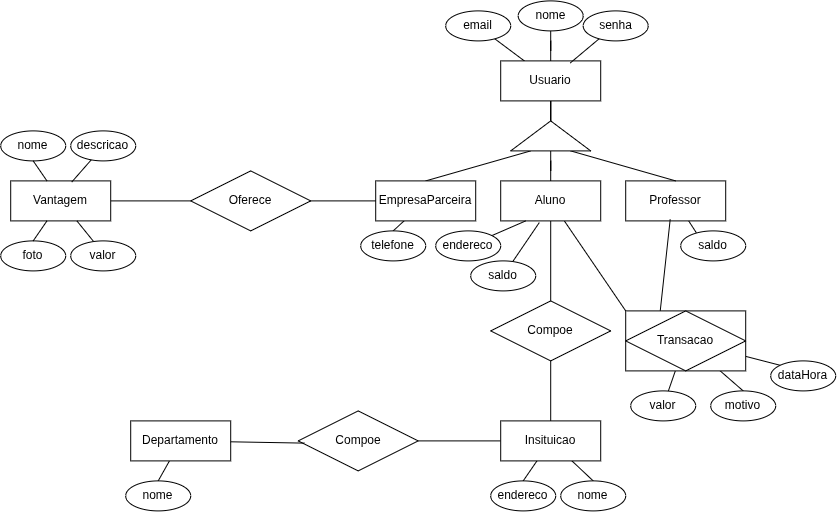
Above: docs/MER.png in WanessaOliveiraMarcos/sistema-moeda-estudantil (draw.io), before the change. Source tidied: cells renumbered, new cells last; positions are measured from the earlier drawing's top-left corner, leaving out a move shared by most shapes.
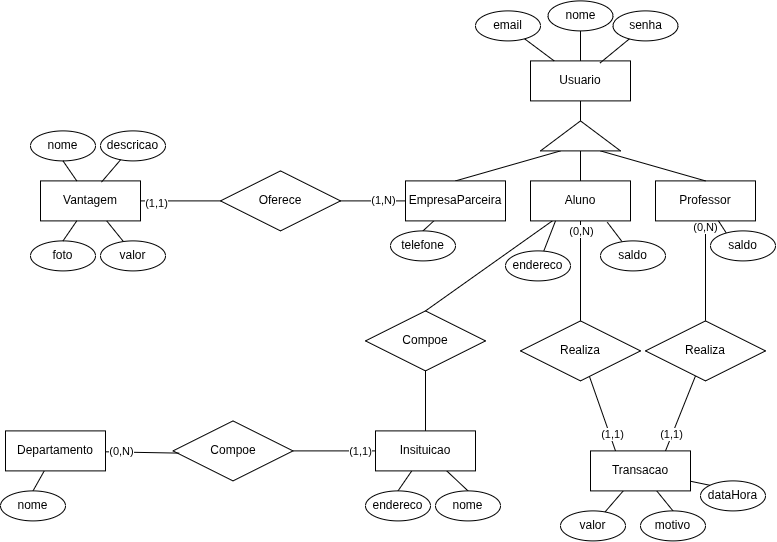
After the commit.

Commit message:
docs: diagramas atualizados

Diff of the diagram source:
```diff
@@ -8,15 +8,26 @@
     <mxCell id="3" value="Usuario" style="whiteSpace=wrap;html=1;align=center;" parent="1" vertex="1">
       <mxGeometry x="500" y="60" width="100" height="40" as="geometry" />
     </mxCell>
-    <mxCell id="4" style="edgeStyle=orthogonalEdgeStyle;rounded=0;jettySize=auto;html=1;entryX=0.5;entryY=0;entryDx=0;entryDy=0;endArrow=none;endFill=0;" parent="1" edge="1" source="6" target="35">
+    <mxCell id="4" style="rounded=0;jettySize=auto;html=1;entryX=0.5;entryY=0;entryDx=0;entryDy=0;endArrow=none;endFill=0;" parent="1" edge="1" source="6" target="35">
       <mxGeometry relative="1" as="geometry" />
     </mxCell>
-    <mxCell id="5" style="rounded=0;jettySize=auto;html=1;entryX=0;entryY=0;entryDx=0;entryDy=0;endArrow=none;endFill=0;" parent="1" edge="1" source="6" target="22">
-      <mxGeometry relative="1" as="geometry" />
-    </mxCell>
+    <mxCell id="62" style="rounded=0;jettySize=auto;html=1;endArrow=none;endFill=0;" parent="1" edge="1" source="6" target="72">
+      <mxGeometry relative="1" as="geometry" />
+    </mxCell>
+    <mxCell id="63" value="(0,N)" style="edgeLabel;html=1;align=center;verticalAlign=middle;" parent="62" vertex="1">
+      <mxGeometry x="-0.68" relative="1" as="geometry">
+        <mxPoint y="-6" as="offset" />
+      </mxGeometry>
+    </mxCell>
     <mxCell id="6" value="Aluno" style="whiteSpace=wrap;html=1;align=center;" parent="1" vertex="1">
       <mxGeometry x="500" y="180" width="100" height="40" as="geometry" />
     </mxCell>
+    <mxCell id="64" style="rounded=0;jettySize=auto;html=1;entryX=0.5;entryY=0;entryDx=0;entryDy=0;endArrow=none;endFill=0;" parent="1" edge="1" source="7" target="75">
+      <mxGeometry relative="1" as="geometry" />
+    </mxCell>
+    <mxCell id="65" value="(0,N)" style="edgeLabel;html=1;align=center;verticalAlign=middle;" parent="64" vertex="1">
+      <mxGeometry x="-0.88" y="-1" relative="1" as="geometry" />
+    </mxCell>
     <mxCell id="7" value="Professor" style="whiteSpace=wrap;html=1;align=center;" parent="1" vertex="1">
       <mxGeometry x="625" y="180" width="100" height="40" as="geometry" />
     </mxCell>
@@ -32,6 +43,11 @@
     <mxCell id="11" style="rounded=0;jettySize=auto;html=1;entryX=1;entryY=0.5;entryDx=0;entryDy=0;endArrow=none;endFill=0;" parent="1" edge="1" source="14" target="41">
       <mxGeometry relative="1" as="geometry" />
     </mxCell>
+    <mxCell id="66" value="(1,1)" style="edgeLabel;html=1;align=center;verticalAlign=middle;" parent="11" vertex="1">
+      <mxGeometry x="-0.33" y="-2" relative="1" as="geometry">
+        <mxPoint x="12" y="2" as="offset" />
+      </mxGeometry>
+    </mxCell>
     <mxCell id="12" style="rounded=0;jettySize=auto;html=1;entryX=0.5;entryY=0;entryDx=0;entryDy=0;endArrow=none;endFill=0;" parent="1" edge="1" source="14" target="52">
       <mxGeometry relative="1" as="geometry" />
     </mxCell>
@@ -39,17 +55,20 @@
       <mxGeometry relative="1" as="geometry" />
     </mxCell>
     <mxCell id="14" value="Insituicao" style="whiteSpace=wrap;html=1;align=center;" parent="1" vertex="1">
-      <mxGeometry x="500" y="420" width="100" height="40" as="geometry" />
+      <mxGeometry x="345" y="430" width="100" height="40" as="geometry" />
     </mxCell>
     <mxCell id="15" style="rounded=0;jettySize=auto;html=1;entryX=0.5;entryY=0;entryDx=0;entryDy=0;endArrow=none;endFill=0;" parent="1" edge="1" source="16" target="50">
       <mxGeometry relative="1" as="geometry" />
     </mxCell>
     <mxCell id="16" value="Departamento" style="whiteSpace=wrap;html=1;align=center;" parent="1" vertex="1">
-      <mxGeometry x="130" y="420" width="100" height="40" as="geometry" />
+      <mxGeometry x="-25" y="430" width="100" height="40" as="geometry" />
     </mxCell>
     <mxCell id="17" style="rounded=0;jettySize=auto;html=1;endArrow=none;endFill=0;" parent="1" edge="1" source="18" target="40">
       <mxGeometry relative="1" as="geometry" />
     </mxCell>
+    <mxCell id="67" value="(1,1)" style="edgeLabel;html=1;align=center;verticalAlign=middle;" parent="17" vertex="1">
+      <mxGeometry x="-0.63" y="-2" relative="1" as="geometry" />
+    </mxCell>
     <mxCell id="18" value="Vantagem" style="whiteSpace=wrap;html=1;align=center;" parent="1" vertex="1">
       <mxGeometry x="10" y="180" width="100" height="40" as="geometry" />
     </mxCell>
@@ -63,7 +82,7 @@
       <mxGeometry relative="1" as="geometry" />
     </mxCell>
     <mxCell id="22" value="Transacao" style="whiteSpace=wrap;html=1;align=center;" parent="1" vertex="1">
-      <mxGeometry x="625" y="310" width="120" height="60" as="geometry" />
+      <mxGeometry x="560" y="450" width="100" height="40" as="geometry" />
     </mxCell>
     <mxCell id="23" style="rounded=0;jettySize=auto;html=1;endArrow=none;endFill=0;" parent="1" edge="1" source="24" target="3">
       <mxGeometry relative="1" as="geometry" />
@@ -90,19 +109,19 @@
       <mxGeometry relative="1" as="geometry" />
     </mxCell>
     <mxCell id="31" value="endereco" style="ellipse;whiteSpace=wrap;html=1;align=center;" parent="1" vertex="1">
-      <mxGeometry x="435" y="230" width="65" height="30" as="geometry" />
+      <mxGeometry x="475" y="250" width="65" height="30" as="geometry" />
     </mxCell>
-    <mxCell id="32" style="rounded=0;jettySize=auto;html=1;entryX=0.386;entryY=1.042;entryDx=0;entryDy=0;endArrow=none;endFill=0;entryPerimeter=0;" parent="1" edge="1" source="33" target="6">
+    <mxCell id="32" style="rounded=0;jettySize=auto;html=1;entryX=0.768;entryY=1.034;entryDx=0;entryDy=0;endArrow=none;endFill=0;entryPerimeter=0;" parent="1" edge="1" source="33" target="6">
       <mxGeometry relative="1" as="geometry" />
     </mxCell>
     <mxCell id="33" value="saldo" style="ellipse;whiteSpace=wrap;html=1;align=center;" parent="1" vertex="1">
-      <mxGeometry x="470" y="260" width="65" height="30" as="geometry" />
+      <mxGeometry x="570" y="240" width="65" height="30" as="geometry" />
     </mxCell>
     <mxCell id="34" style="edgeStyle=orthogonalEdgeStyle;rounded=0;jettySize=auto;html=1;endArrow=none;endFill=0;" parent="1" edge="1" source="35" target="14">
       <mxGeometry relative="1" as="geometry" />
     </mxCell>
     <mxCell id="35" value="Compoe" style="shape=rhombus;perimeter=rhombusPerimeter;whiteSpace=wrap;html=1;align=center;" parent="1" vertex="1">
-      <mxGeometry x="490" y="300" width="120" height="60" as="geometry" />
+      <mxGeometry x="335" y="310" width="120" height="60" as="geometry" />
     </mxCell>
     <mxCell id="36" style="edgeStyle=orthogonalEdgeStyle;rounded=0;jettySize=auto;html=1;endArrow=none;endFill=0;" parent="1" edge="1" source="37" target="3">
       <mxGeometry relative="1" as="geometry" />
@@ -116,47 +135,49 @@
     <mxCell id="39" style="rounded=0;jettySize=auto;html=1;entryX=0;entryY=0.5;entryDx=0;entryDy=0;endArrow=none;endFill=0;" parent="1" edge="1" source="40" target="10">
       <mxGeometry relative="1" as="geometry" />
     </mxCell>
+    <mxCell id="68" value="(1,N)" style="edgeLabel;html=1;align=center;verticalAlign=middle;" parent="39" vertex="1">
+      <mxGeometry x="0.32" y="1" relative="1" as="geometry" />
+    </mxCell>
     <mxCell id="40" value="Oferece" style="shape=rhombus;perimeter=rhombusPerimeter;whiteSpace=wrap;html=1;align=center;" parent="1" vertex="1">
       <mxGeometry x="190" y="170" width="120" height="60" as="geometry" />
     </mxCell>
     <mxCell id="41" value="Compoe" style="shape=rhombus;perimeter=rhombusPerimeter;whiteSpace=wrap;html=1;align=center;" parent="1" vertex="1">
-      <mxGeometry x="297.5" y="410" width="120" height="60" as="geometry" />
+      <mxGeometry x="142.5" y="420" width="120" height="60" as="geometry" />
     </mxCell>
     <mxCell id="42" style="rounded=0;jettySize=auto;html=1;entryX=0.051;entryY=0.537;entryDx=0;entryDy=0;entryPerimeter=0;endArrow=none;endFill=0;" parent="1" edge="1" source="16" target="41">
       <mxGeometry relative="1" as="geometry" />
     </mxCell>
+    <mxCell id="69" value="(0,N)" style="edgeLabel;html=1;align=center;verticalAlign=middle;" parent="42" vertex="1">
+      <mxGeometry x="-0.67" y="-4" relative="1" as="geometry">
+        <mxPoint x="3" y="-5" as="offset" />
+      </mxGeometry>
+    </mxCell>
     <mxCell id="43" value="saldo" style="ellipse;whiteSpace=wrap;html=1;align=center;" parent="1" vertex="1">
       <mxGeometry x="680" y="230" width="65" height="30" as="geometry" />
     </mxCell>
     <mxCell id="44" style="rounded=0;jettySize=auto;html=1;entryX=0.24;entryY=0.06;entryDx=0;entryDy=0;entryPerimeter=0;endArrow=none;endFill=0;" parent="1" edge="1" source="7" target="43">
       <mxGeometry relative="1" as="geometry" />
     </mxCell>
-    <mxCell id="45" value="Transacao" style="shape=rhombus;perimeter=rhombusPerimeter;whiteSpace=wrap;html=1;align=center;" parent="1" vertex="1">
-      <mxGeometry x="625" y="310" width="120" height="60" as="geometry" />
-    </mxCell>
-    <mxCell id="46" style="rounded=0;jettySize=auto;html=1;entryX=0.445;entryY=0.961;entryDx=0;entryDy=0;entryPerimeter=0;exitX=0.288;exitY=-0.004;exitDx=0;exitDy=0;exitPerimeter=0;endArrow=none;endFill=0;" parent="1" edge="1" source="22" target="7">
-      <mxGeometry relative="1" as="geometry" />
-    </mxCell>
     <mxCell id="47" value="valor" style="ellipse;whiteSpace=wrap;html=1;align=center;" parent="1" vertex="1">
-      <mxGeometry x="630" y="390" width="65" height="30" as="geometry" />
+      <mxGeometry x="530" y="510" width="65" height="30" as="geometry" />
     </mxCell>
     <mxCell id="48" value="motivo" style="ellipse;whiteSpace=wrap;html=1;align=center;" parent="1" vertex="1">
-      <mxGeometry x="710" y="390" width="65" height="30" as="geometry" />
+      <mxGeometry x="610" y="510" width="65" height="30" as="geometry" />
     </mxCell>
     <mxCell id="49" value="dataHora" style="ellipse;whiteSpace=wrap;html=1;align=center;" parent="1" vertex="1">
-      <mxGeometry x="770" y="360" width="65" height="30" as="geometry" />
+      <mxGeometry x="670" y="480" width="65" height="30" as="geometry" />
     </mxCell>
     <mxCell id="50" value="nome" style="ellipse;whiteSpace=wrap;html=1;align=center;" parent="1" vertex="1">
-      <mxGeometry x="125" y="480" width="65" height="30" as="geometry" />
+      <mxGeometry x="-30" y="490" width="65" height="30" as="geometry" />
     </mxCell>
     <mxCell id="51" style="edgeStyle=orthogonalEdgeStyle;rounded=0;orthogonalLoop=1;jettySize=auto;html=1;innerLoopWaypoints=1;exitX=0.5;exitY=1;exitDx=0;exitDy=0;" parent="1" edge="1" source="50" target="50">
       <mxGeometry relative="1" as="geometry" />
     </mxCell>
     <mxCell id="52" value="endereco" style="ellipse;whiteSpace=wrap;html=1;align=center;" parent="1" vertex="1">
-      <mxGeometry x="490" y="480" width="65" height="30" as="geometry" />
+      <mxGeometry x="335" y="490" width="65" height="30" as="geometry" />
     </mxCell>
     <mxCell id="53" value="nome" style="ellipse;whiteSpace=wrap;html=1;align=center;" parent="1" vertex="1">
-      <mxGeometry x="560" y="480" width="65" height="30" as="geometry" />
+      <mxGeometry x="405" y="490" width="65" height="30" as="geometry" />
     </mxCell>
     <mxCell id="54" value="nome" style="ellipse;whiteSpace=wrap;html=1;align=center;" parent="1" vertex="1">
       <mxGeometry y="130" width="65" height="30" as="geometry" />
@@ -182,5 +203,23 @@
     <mxCell id="61" style="rounded=0;jettySize=auto;html=1;entryX=0.349;entryY=0.012;entryDx=0;entryDy=0;entryPerimeter=0;endArrow=none;endFill=0;" parent="1" edge="1" source="18" target="57">
       <mxGeometry relative="1" as="geometry" />
     </mxCell>
+    <mxCell id="70" style="rounded=0;jettySize=auto;html=1;entryX=0.25;entryY=0;entryDx=0;entryDy=0;endArrow=none;endFill=0;" parent="1" edge="1" source="72" target="22">
+      <mxGeometry relative="1" as="geometry" />
+    </mxCell>
+    <mxCell id="71" value="(1,1)" style="edgeLabel;html=1;align=center;verticalAlign=middle;" parent="70" vertex="1">
+      <mxGeometry x="0.57" y="2" relative="1" as="geometry" />
+    </mxCell>
+    <mxCell id="72" value="Realiza" style="shape=rhombus;perimeter=rhombusPerimeter;whiteSpace=wrap;html=1;align=center;" parent="1" vertex="1">
+      <mxGeometry x="490" y="320" width="120" height="60" as="geometry" />
+    </mxCell>
+    <mxCell id="73" style="rounded=0;jettySize=auto;html=1;entryX=0.75;entryY=0;entryDx=0;entryDy=0;endArrow=none;endFill=0;" parent="1" edge="1" source="75" target="22">
+      <mxGeometry relative="1" as="geometry" />
+    </mxCell>
+    <mxCell id="74" value="(1,1)" style="edgeLabel;html=1;align=center;verticalAlign=middle;" parent="73" vertex="1">
+      <mxGeometry x="0.55" y="-1" relative="1" as="geometry" />
+    </mxCell>
+    <mxCell id="75" value="Realiza" style="shape=rhombus;perimeter=rhombusPerimeter;whiteSpace=wrap;html=1;align=center;" parent="1" vertex="1">
+      <mxGeometry x="615" y="320" width="120" height="60" as="geometry" />
+    </mxCell>
   </root>
 </mxGraphModel>
```
